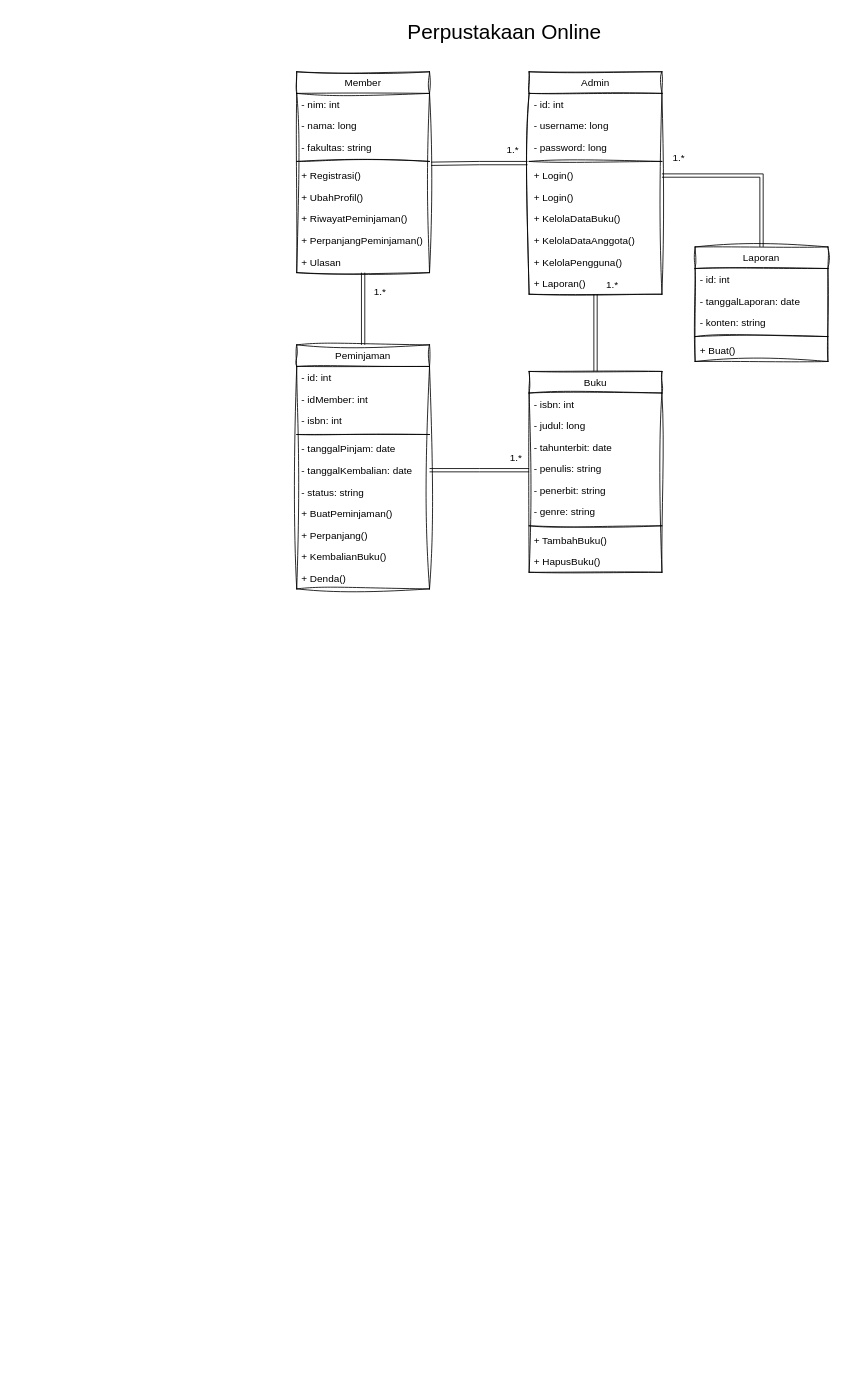
fdhliakbar/lecture-assignment keeps this draw.io diagram as Strategi-Algoritma/PrakPostAPPL8_197.drawio. Above is the earlier version. Source tidied: cells renumbered, new cells numbered last; positions are measured from the earlier drawing's top-left corner, leaving out a move shared by most shapes. Both pictures are drawn from the tidied source at 83%, with x=0, y=0 at pixel (296, 14).
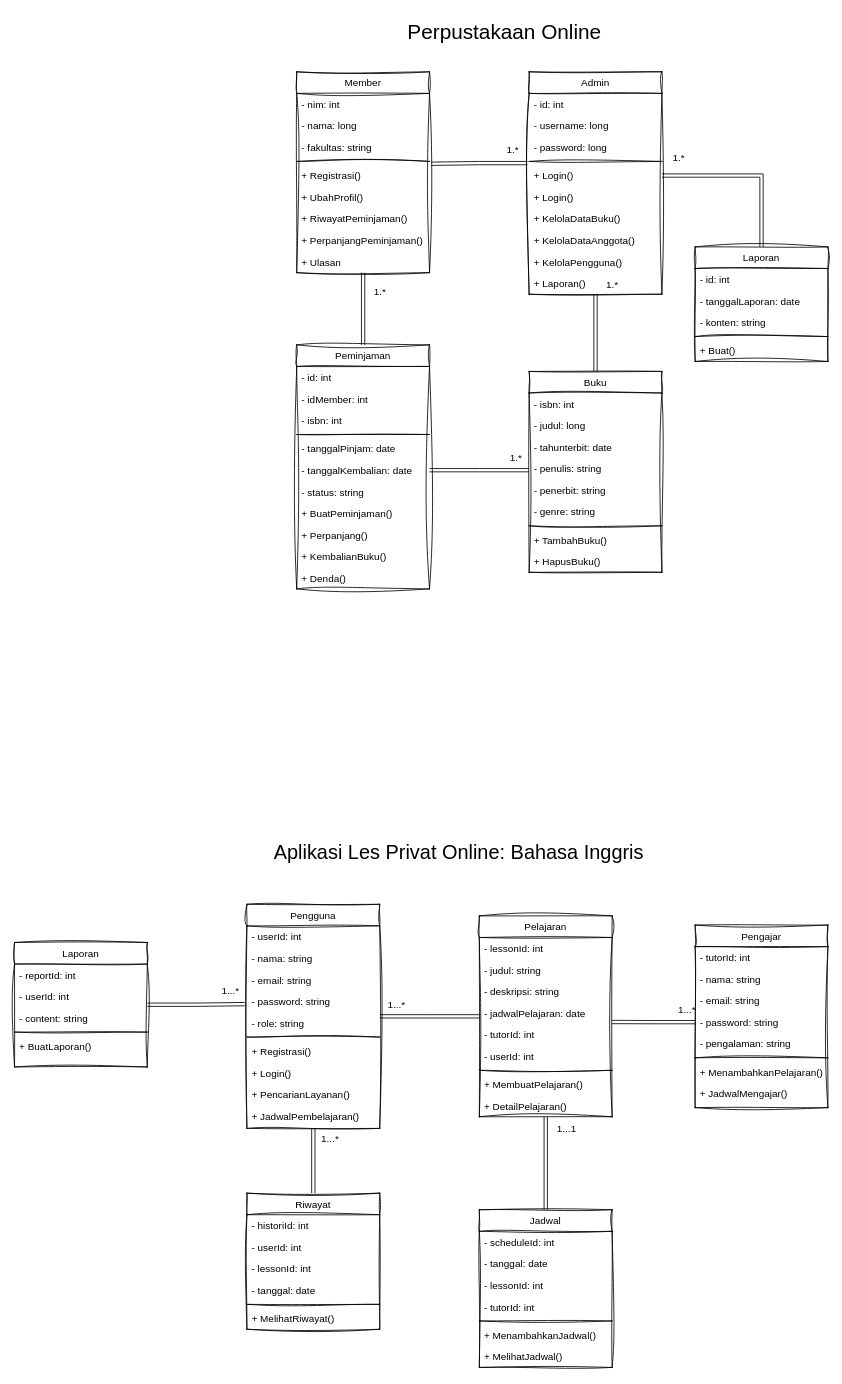
Above is the later version.

Change to the diagram source:
```diff
@@
+    <mxCell id="62" value="&lt;font style=&quot;font-size: 24px;&quot;&gt;Aplikasi Les Privat Online: Bahasa Inggris&lt;/font&gt;" style="text;html=1;align=center;verticalAlign=middle;strokeColor=none;fillColor=none;strokeWidth=3;" parent="1" vertex="1">
+      <mxGeometry x="-40" y="990" width="470" height="40" as="geometry" />
+    </mxCell>
+    <mxCell id="63" style="edgeStyle=orthogonalEdgeStyle;rounded=0;jettySize=auto;html=1;shape=link;" parent="1" edge="1" source="65">
+      <mxGeometry relative="1" as="geometry">
+        <mxPoint x="220" y="1207" as="targetPoint" />
+      </mxGeometry>
+    </mxCell>
+    <mxCell id="64" style="edgeStyle=orthogonalEdgeStyle;rounded=0;jettySize=auto;html=1;entryX=0.5;entryY=0;entryDx=0;entryDy=0;shape=link;" parent="1" edge="1" source="65" target="105">
+      <mxGeometry relative="1" as="geometry" />
+    </mxCell>
+    <mxCell id="65" value="Pengguna" style="swimlane;fontStyle=0;align=center;verticalAlign=top;horizontal=1;startSize=26;rounded=0;shadow=0;strokeWidth=1;sketch=1;curveFitting=1;jiggle=2;" parent="1" vertex="1">
+      <mxGeometry x="-60" y="1072" width="160" height="270" as="geometry" />
+    </mxCell>
+    <mxCell id="66" value="- userId: int" style="text;align=left;verticalAlign=top;spacingLeft=4;spacingRight=4;overflow=hidden;sketch=1;curveFitting=1;jiggle=2;" parent="65" vertex="1">
+      <mxGeometry y="26" width="160" height="26" as="geometry" />
+    </mxCell>
+    <mxCell id="67" value="- nama: string" style="text;align=left;verticalAlign=top;spacingLeft=4;spacingRight=4;overflow=hidden;rounded=0;shadow=0;html=0;sketch=1;curveFitting=1;jiggle=2;" parent="65" vertex="1">
+      <mxGeometry y="52" width="160" height="26" as="geometry" />
+    </mxCell>
+    <mxCell id="68" value="- email: string" style="text;align=left;verticalAlign=top;spacingLeft=4;spacingRight=4;overflow=hidden;sketch=1;curveFitting=1;jiggle=2;" parent="65" vertex="1">
+      <mxGeometry y="78" width="160" height="26" as="geometry" />
+    </mxCell>
+    <mxCell id="69" value="- password: string" style="text;align=left;verticalAlign=top;spacingLeft=4;spacingRight=4;overflow=hidden;points=[[0,0.5],[1,0.5]];portConstraint=eastwest;sketch=1;curveFitting=1;jiggle=2;" parent="65" vertex="1">
+      <mxGeometry y="104" width="160" height="26" as="geometry" />
+    </mxCell>
+    <mxCell id="70" value="- role: string" style="text;align=left;verticalAlign=top;spacingLeft=4;spacingRight=4;overflow=hidden;sketch=1;curveFitting=1;jiggle=2;" parent="65" vertex="1">
+      <mxGeometry y="130" width="160" height="26" as="geometry" />
+    </mxCell>
+    <mxCell id="71" style="line;html=1;strokeWidth=1;align=left;verticalAlign=middle;spacingTop=-1;spacingLeft=3;spacingRight=3;labelPosition=right;sketch=1;curveFitting=1;jiggle=2;" parent="65" vertex="1">
+      <mxGeometry y="156" width="160" height="8" as="geometry" />
+    </mxCell>
+    <mxCell id="72" value="+ Registrasi()" style="text;align=left;verticalAlign=top;spacingLeft=4;spacingRight=4;overflow=hidden;sketch=1;curveFitting=1;jiggle=2;" parent="65" vertex="1">
+      <mxGeometry y="164" width="160" height="26" as="geometry" />
+    </mxCell>
+    <mxCell id="73" value="+ Login()" style="text;align=left;verticalAlign=top;spacingLeft=4;spacingRight=4;overflow=hidden;rounded=0;shadow=0;html=0;sketch=1;curveFitting=1;jiggle=2;" parent="65" vertex="1">
+      <mxGeometry y="190" width="160" height="26" as="geometry" />
+    </mxCell>
+    <mxCell id="74" value="+ PencarianLayanan()" style="text;align=left;verticalAlign=top;spacingLeft=4;spacingRight=4;overflow=hidden;rounded=0;shadow=0;html=0;sketch=1;curveFitting=1;jiggle=2;" parent="65" vertex="1">
+      <mxGeometry y="216" width="160" height="26" as="geometry" />
+    </mxCell>
+    <mxCell id="75" value="+ JadwalPembelajaran()" style="text;align=left;verticalAlign=top;spacingLeft=4;spacingRight=4;overflow=hidden;rounded=0;shadow=0;html=0;sketch=1;curveFitting=1;jiggle=2;" parent="65" vertex="1">
+      <mxGeometry y="242" width="160" height="26" as="geometry" />
+    </mxCell>
+    <mxCell id="76" value="Pengajar" style="swimlane;fontStyle=0;align=center;verticalAlign=top;horizontal=1;startSize=26;rounded=0;shadow=0;strokeWidth=1;sketch=1;curveFitting=1;jiggle=2;" parent="1" vertex="1">
+      <mxGeometry x="480" y="1097" width="160" height="220" as="geometry" />
+    </mxCell>
+    <mxCell id="77" value="- tutorId: int" style="text;align=left;verticalAlign=top;spacingLeft=4;spacingRight=4;overflow=hidden;sketch=1;curveFitting=1;jiggle=2;" parent="76" vertex="1">
+      <mxGeometry y="26" width="160" height="26" as="geometry" />
+    </mxCell>
+    <mxCell id="78" value="- nama: string" style="text;align=left;verticalAlign=top;spacingLeft=4;spacingRight=4;overflow=hidden;rounded=0;shadow=0;html=0;sketch=1;curveFitting=1;jiggle=2;" parent="76" vertex="1">
+      <mxGeometry y="52" width="160" height="26" as="geometry" />
+    </mxCell>
+    <mxCell id="79" value="- email: string" style="text;align=left;verticalAlign=top;spacingLeft=4;spacingRight=4;overflow=hidden;sketch=1;curveFitting=1;jiggle=2;" parent="76" vertex="1">
+      <mxGeometry y="78" width="160" height="26" as="geometry" />
+    </mxCell>
+    <mxCell id="80" value="- password: string" style="text;align=left;verticalAlign=top;spacingLeft=4;spacingRight=4;overflow=hidden;points=[[0,0.5],[1,0.5]];portConstraint=eastwest;sketch=1;curveFitting=1;jiggle=2;" parent="76" vertex="1">
+      <mxGeometry y="104" width="160" height="26" as="geometry" />
+    </mxCell>
+    <mxCell id="81" value="- pengalaman: string" style="text;align=left;verticalAlign=top;spacingLeft=4;spacingRight=4;overflow=hidden;sketch=1;curveFitting=1;jiggle=2;" parent="76" vertex="1">
+      <mxGeometry y="130" width="160" height="26" as="geometry" />
+    </mxCell>
+    <mxCell id="82" style="line;html=1;strokeWidth=1;align=left;verticalAlign=middle;spacingTop=-1;spacingLeft=3;spacingRight=3;labelPosition=right;sketch=1;curveFitting=1;jiggle=2;" parent="76" vertex="1">
+      <mxGeometry y="156" width="160" height="8" as="geometry" />
+    </mxCell>
+    <mxCell id="83" value="+ MenambahkanPelajaran()" style="text;align=left;verticalAlign=top;spacingLeft=4;spacingRight=4;overflow=hidden;sketch=1;curveFitting=1;jiggle=2;" parent="76" vertex="1">
+      <mxGeometry y="164" width="160" height="26" as="geometry" />
+    </mxCell>
+    <mxCell id="84" value="+ JadwalMengajar()" style="text;align=left;verticalAlign=top;spacingLeft=4;spacingRight=4;overflow=hidden;rounded=0;shadow=0;html=0;sketch=1;curveFitting=1;jiggle=2;" parent="76" vertex="1">
+      <mxGeometry y="190" width="160" height="26" as="geometry" />
+    </mxCell>
+    <mxCell id="85" style="edgeStyle=orthogonalEdgeStyle;rounded=0;jettySize=auto;html=1;entryX=0.5;entryY=0;entryDx=0;entryDy=0;shape=link;" parent="1" edge="1" source="86" target="96">
+      <mxGeometry relative="1" as="geometry" />
+    </mxCell>
+    <mxCell id="86" value="Pelajaran" style="swimlane;fontStyle=0;align=center;verticalAlign=top;horizontal=1;startSize=26;rounded=0;shadow=0;strokeWidth=1;sketch=1;curveFitting=1;jiggle=2;" parent="1" vertex="1">
+      <mxGeometry x="220" y="1086" width="160" height="242" as="geometry" />
+    </mxCell>
+    <mxCell id="87" value="- lessonId: int" style="text;align=left;verticalAlign=top;spacingLeft=4;spacingRight=4;overflow=hidden;sketch=1;curveFitting=1;jiggle=2;" parent="86" vertex="1">
+      <mxGeometry y="26" width="160" height="26" as="geometry" />
+    </mxCell>
+    <mxCell id="88" value="- judul: string" style="text;align=left;verticalAlign=top;spacingLeft=4;spacingRight=4;overflow=hidden;rounded=0;shadow=0;html=0;sketch=1;curveFitting=1;jiggle=2;" parent="86" vertex="1">
+      <mxGeometry y="52" width="160" height="26" as="geometry" />
+    </mxCell>
+    <mxCell id="89" value="- deskripsi: string" style="text;align=left;verticalAlign=top;spacingLeft=4;spacingRight=4;overflow=hidden;sketch=1;curveFitting=1;jiggle=2;" parent="86" vertex="1">
+      <mxGeometry y="78" width="160" height="26" as="geometry" />
+    </mxCell>
+    <mxCell id="90" value="- jadwalPelajaran: date" style="text;align=left;verticalAlign=top;spacingLeft=4;spacingRight=4;overflow=hidden;points=[[0,0.5],[1,0.5]];portConstraint=eastwest;sketch=1;curveFitting=1;jiggle=2;" parent="86" vertex="1">
+      <mxGeometry y="104" width="160" height="26" as="geometry" />
+    </mxCell>
+    <mxCell id="91" value="- tutorId: int" style="text;align=left;verticalAlign=top;spacingLeft=4;spacingRight=4;overflow=hidden;sketch=1;curveFitting=1;jiggle=2;" parent="86" vertex="1">
+      <mxGeometry y="130" width="160" height="26" as="geometry" />
+    </mxCell>
+    <mxCell id="92" value="- userId: int" style="text;align=left;verticalAlign=top;spacingLeft=4;spacingRight=4;overflow=hidden;sketch=1;curveFitting=1;jiggle=2;" parent="86" vertex="1">
+      <mxGeometry y="156" width="160" height="26" as="geometry" />
+    </mxCell>
+    <mxCell id="93" style="line;html=1;strokeWidth=1;align=left;verticalAlign=middle;spacingTop=-1;spacingLeft=3;spacingRight=3;labelPosition=right;sketch=1;curveFitting=1;jiggle=2;" parent="86" vertex="1">
+      <mxGeometry y="182" width="160" height="8" as="geometry" />
+    </mxCell>
+    <mxCell id="94" value="+ MembuatPelajaran()" style="text;align=left;verticalAlign=top;spacingLeft=4;spacingRight=4;overflow=hidden;sketch=1;curveFitting=1;jiggle=2;" parent="86" vertex="1">
+      <mxGeometry y="190" width="160" height="26" as="geometry" />
+    </mxCell>
+    <mxCell id="95" value="+ DetailPelajaran()" style="text;align=left;verticalAlign=top;spacingLeft=4;spacingRight=4;overflow=hidden;rounded=0;shadow=0;html=0;sketch=1;curveFitting=1;jiggle=2;" parent="86" vertex="1">
+      <mxGeometry y="216" width="160" height="26" as="geometry" />
+    </mxCell>
+    <mxCell id="96" value="Jadwal" style="swimlane;fontStyle=0;align=center;verticalAlign=top;horizontal=1;startSize=26;rounded=0;shadow=0;strokeWidth=1;sketch=1;curveFitting=1;jiggle=2;" parent="1" vertex="1">
+      <mxGeometry x="220" y="1440" width="160" height="190" as="geometry" />
+    </mxCell>
+    <mxCell id="97" value="- scheduleId: int" style="text;align=left;verticalAlign=top;spacingLeft=4;spacingRight=4;overflow=hidden;sketch=1;curveFitting=1;jiggle=2;" parent="96" vertex="1">
+      <mxGeometry y="26" width="160" height="26" as="geometry" />
+    </mxCell>
+    <mxCell id="98" value="- tanggal: date" style="text;align=left;verticalAlign=top;spacingLeft=4;spacingRight=4;overflow=hidden;rounded=0;shadow=0;html=0;sketch=1;curveFitting=1;jiggle=2;" parent="96" vertex="1">
+      <mxGeometry y="52" width="160" height="26" as="geometry" />
+    </mxCell>
+    <mxCell id="99" value="- lessonId: int" style="text;align=left;verticalAlign=top;spacingLeft=4;spacingRight=4;overflow=hidden;sketch=1;curveFitting=1;jiggle=2;" parent="96" vertex="1">
+      <mxGeometry y="78" width="160" height="26" as="geometry" />
+    </mxCell>
+    <mxCell id="100" value="- tutorId: int" style="text;align=left;verticalAlign=top;spacingLeft=4;spacingRight=4;overflow=hidden;sketch=1;curveFitting=1;jiggle=2;" parent="96" vertex="1">
+      <mxGeometry y="104" width="160" height="26" as="geometry" />
+    </mxCell>
+    <mxCell id="101" style="line;html=1;strokeWidth=1;align=left;verticalAlign=middle;spacingTop=-1;spacingLeft=3;spacingRight=3;labelPosition=right;sketch=1;curveFitting=1;jiggle=2;" parent="96" vertex="1">
+      <mxGeometry y="130" width="160" height="8" as="geometry" />
+    </mxCell>
+    <mxCell id="102" value="+ MenambahkanJadwal()" style="text;align=left;verticalAlign=top;spacingLeft=4;spacingRight=4;overflow=hidden;sketch=1;curveFitting=1;jiggle=2;" parent="96" vertex="1">
+      <mxGeometry y="138" width="160" height="26" as="geometry" />
+    </mxCell>
+    <mxCell id="103" value="+ MelihatJadwal()" style="text;align=left;verticalAlign=top;spacingLeft=4;spacingRight=4;overflow=hidden;rounded=0;shadow=0;html=0;sketch=1;curveFitting=1;jiggle=2;" parent="96" vertex="1">
+      <mxGeometry y="164" width="160" height="26" as="geometry" />
+    </mxCell>
+    <mxCell id="104" style="edgeStyle=orthogonalEdgeStyle;rounded=0;jettySize=auto;html=1;entryX=1;entryY=0.917;entryDx=0;entryDy=0;entryPerimeter=0;shape=link;" parent="1" edge="1" source="80" target="90">
+      <mxGeometry relative="1" as="geometry" />
+    </mxCell>
+    <mxCell id="105" value="Riwayat" style="swimlane;fontStyle=0;align=center;verticalAlign=top;horizontal=1;startSize=26;rounded=0;shadow=0;strokeWidth=1;sketch=1;curveFitting=1;jiggle=2;" parent="1" vertex="1">
+      <mxGeometry x="-60" y="1420" width="160" height="164" as="geometry" />
+    </mxCell>
+    <mxCell id="106" value="- historiId: int" style="text;align=left;verticalAlign=top;spacingLeft=4;spacingRight=4;overflow=hidden;sketch=1;curveFitting=1;jiggle=2;" parent="105" vertex="1">
+      <mxGeometry y="26" width="160" height="26" as="geometry" />
+    </mxCell>
+    <mxCell id="107" value="- userId: int" style="text;align=left;verticalAlign=top;spacingLeft=4;spacingRight=4;overflow=hidden;rounded=0;shadow=0;html=0;sketch=1;curveFitting=1;jiggle=2;" parent="105" vertex="1">
+      <mxGeometry y="52" width="160" height="26" as="geometry" />
+    </mxCell>
+    <mxCell id="108" value="- lessonId: int" style="text;align=left;verticalAlign=top;spacingLeft=4;spacingRight=4;overflow=hidden;sketch=1;curveFitting=1;jiggle=2;" parent="105" vertex="1">
+      <mxGeometry y="78" width="160" height="26" as="geometry" />
+    </mxCell>
+    <mxCell id="109" value="- tanggal: date" style="text;align=left;verticalAlign=top;spacingLeft=4;spacingRight=4;overflow=hidden;sketch=1;curveFitting=1;jiggle=2;" parent="105" vertex="1">
+      <mxGeometry y="104" width="160" height="26" as="geometry" />
+    </mxCell>
+    <mxCell id="110" style="line;html=1;strokeWidth=1;align=left;verticalAlign=middle;spacingTop=-1;spacingLeft=3;spacingRight=3;labelPosition=right;sketch=1;curveFitting=1;jiggle=2;" parent="105" vertex="1">
+      <mxGeometry y="130" width="160" height="8" as="geometry" />
+    </mxCell>
+    <mxCell id="111" value="+ MelihatRiwayat()" style="text;align=left;verticalAlign=top;spacingLeft=4;spacingRight=4;overflow=hidden;sketch=1;curveFitting=1;jiggle=2;" parent="105" vertex="1">
+      <mxGeometry y="138" width="160" height="26" as="geometry" />
+    </mxCell>
+    <mxCell id="112" value="Laporan" style="swimlane;fontStyle=0;align=center;verticalAlign=top;horizontal=1;startSize=26;rounded=0;shadow=0;strokeWidth=1;sketch=1;curveFitting=1;jiggle=2;" parent="1" vertex="1">
+      <mxGeometry x="-340" y="1118" width="160" height="150" as="geometry" />
+    </mxCell>
+    <mxCell id="113" value="- reportId: int" style="text;align=left;verticalAlign=top;spacingLeft=4;spacingRight=4;overflow=hidden;sketch=1;curveFitting=1;jiggle=2;" parent="112" vertex="1">
+      <mxGeometry y="26" width="160" height="26" as="geometry" />
+    </mxCell>
+    <mxCell id="114" value="- userId: int" style="text;align=left;verticalAlign=top;spacingLeft=4;spacingRight=4;overflow=hidden;rounded=0;shadow=0;html=0;sketch=1;curveFitting=1;jiggle=2;" parent="112" vertex="1">
+      <mxGeometry y="52" width="160" height="26" as="geometry" />
+    </mxCell>
+    <mxCell id="115" value="- content: string" style="text;align=left;verticalAlign=top;spacingLeft=4;spacingRight=4;overflow=hidden;sketch=1;curveFitting=1;jiggle=2;" parent="112" vertex="1">
+      <mxGeometry y="78" width="160" height="26" as="geometry" />
+    </mxCell>
+    <mxCell id="116" style="line;html=1;strokeWidth=1;align=left;verticalAlign=middle;spacingTop=-1;spacingLeft=3;spacingRight=3;labelPosition=right;sketch=1;curveFitting=1;jiggle=2;" parent="112" vertex="1">
+      <mxGeometry y="104" width="160" height="8" as="geometry" />
+    </mxCell>
+    <mxCell id="117" value="+ BuatLaporan()" style="text;align=left;verticalAlign=top;spacingLeft=4;spacingRight=4;overflow=hidden;sketch=1;curveFitting=1;jiggle=2;" parent="112" vertex="1">
+      <mxGeometry y="112" width="160" height="26" as="geometry" />
+    </mxCell>
+    <mxCell id="118" value="1...*" style="text;html=1;align=center;verticalAlign=middle;strokeColor=none;fillColor=none;" parent="1" vertex="1">
+      <mxGeometry x="100" y="1178" width="40" height="30" as="geometry" />
+    </mxCell>
+    <mxCell id="119" value="1...*" style="text;html=1;align=center;verticalAlign=middle;strokeColor=none;fillColor=none;" parent="1" vertex="1">
+      <mxGeometry x="450" y="1185" width="40" height="30" as="geometry" />
+    </mxCell>
+    <mxCell id="120" value="1...1" style="text;html=1;align=center;verticalAlign=middle;strokeColor=none;fillColor=none;" parent="1" vertex="1">
+      <mxGeometry x="300" y="1328" width="50" height="30" as="geometry" />
+    </mxCell>
+    <mxCell id="121" value="1...*" style="text;html=1;align=center;verticalAlign=middle;strokeColor=none;fillColor=none;" parent="1" vertex="1">
+      <mxGeometry x="20" y="1340" width="40" height="30" as="geometry" />
+    </mxCell>
+    <mxCell id="122" value="1...*" style="text;html=1;align=center;verticalAlign=middle;strokeColor=none;fillColor=none;" parent="1" vertex="1">
+      <mxGeometry x="-100" y="1162" width="40" height="30" as="geometry" />
+    </mxCell>
+    <mxCell id="123" style="edgeStyle=orthogonalEdgeStyle;rounded=0;jettySize=auto;html=1;entryX=-0.017;entryY=0.626;entryDx=0;entryDy=0;entryPerimeter=0;shape=link;" parent="1" edge="1" source="112" target="69">
+      <mxGeometry relative="1" as="geometry" />
+    </mxCell>
```
